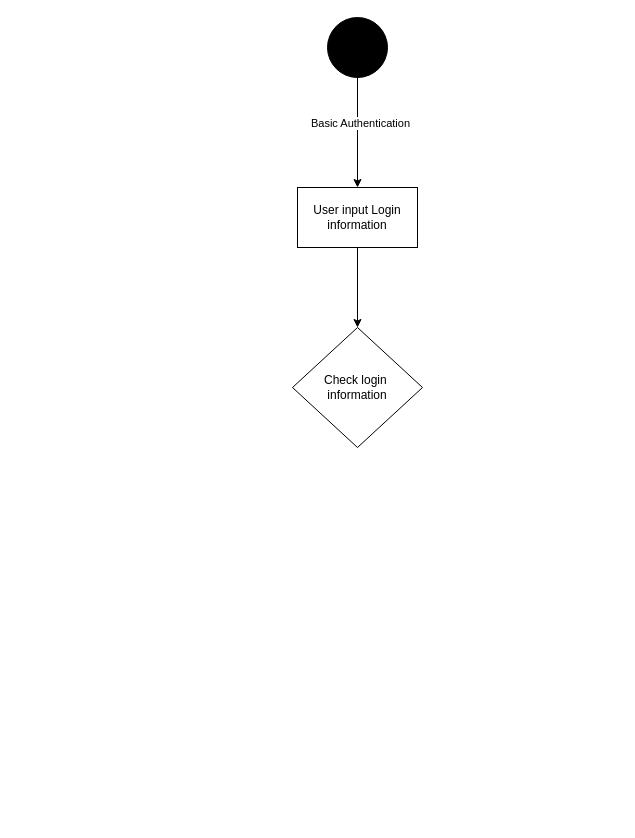
Earlier version of the draw.io diagram page "Trang-2" (2 of 2) of Biểu đồ không có tiêu đề.drawio (5thJuly/FPT_2nd). Source tidied: cells renumbered, new cells numbered last; positions are measured from the earlier drawing's top-left corner, leaving out a move shared by most shapes. Both pictures are drawn from the tidied source at 100%, with x=0, y=0 at pixel (292, 17).
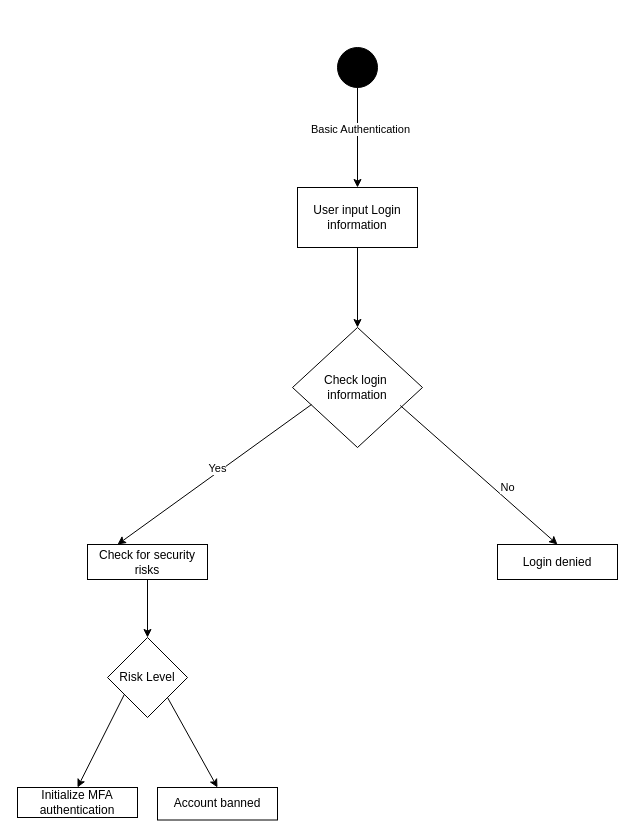
Above is the later version.

The change refers to these unchanged cells:
```xml
<mxCell id="6" value="Check login&amp;nbsp;&lt;div&gt;information&lt;/div&gt;" style="rhombus;whiteSpace=wrap;html=1;" parent="1" vertex="1">
  <mxGeometry y="310" width="130" height="120" as="geometry" />
</mxCell>
```

What changed in the source:
```diff
@@
     <mxCell id="2" style="ellipse;whiteSpace=wrap;html=1;strokeColor=#000000;fillColor=#000000;" parent="1" vertex="1">
-      <mxGeometry x="35" width="60" height="60" as="geometry" />
+      <mxGeometry x="45" y="30" width="40" height="40" as="geometry" />
     </mxCell>
@@
+    <mxCell id="8" value="Check for security risks" style="rounded=0;whiteSpace=wrap;html=1;" parent="1" vertex="1">
+      <mxGeometry x="-205" y="527" width="120" height="35" as="geometry" />
+    </mxCell>
+    <mxCell id="9" value="Login denied" style="rounded=0;whiteSpace=wrap;html=1;" parent="1" vertex="1">
+      <mxGeometry x="205" y="527" width="120" height="35" as="geometry" />
+    </mxCell>
+    <mxCell id="10" style="endArrow=classic;html=1;rounded=0;exitX=0.146;exitY=0.642;exitDx=0;exitDy=0;exitPerimeter=0;entryX=0.25;entryY=0;entryDx=0;entryDy=0;" parent="1" edge="1" source="6" target="8">
+      <mxGeometry relative="1" as="geometry" />
+    </mxCell>
+    <mxCell id="11" value="Yes" style="edgeLabel;html=1;align=center;verticalAlign=middle;" parent="10" vertex="1">
+      <mxGeometry x="0.2" y="1" relative="1" as="geometry">
+        <mxPoint x="22" y="-22" as="offset" />
+      </mxGeometry>
+    </mxCell>
+    <mxCell id="12" style="endArrow=classic;html=1;rounded=0;exitX=0.829;exitY=0.65;exitDx=0;exitDy=0;exitPerimeter=0;entryX=0.5;entryY=0;entryDx=0;entryDy=0;" parent="1" edge="1" source="6" target="9">
+      <mxGeometry relative="1" as="geometry" />
+    </mxCell>
+    <mxCell id="13" value="No" style="edgeLabel;html=1;align=center;verticalAlign=middle;" parent="12" vertex="1">
+      <mxGeometry x="0.2" y="1" relative="1" as="geometry">
+        <mxPoint x="12" y="-1" as="offset" />
+      </mxGeometry>
+    </mxCell>
+    <mxCell id="14" style="endArrow=classic;html=1;rounded=0;exitX=0.5;exitY=1;exitDx=0;exitDy=0;entryX=0.5;entryY=0;entryDx=0;entryDy=0;" parent="1" edge="1" source="8" target="15">
+      <mxGeometry relative="1" as="geometry" />
+    </mxCell>
+    <mxCell id="15" value="Risk Level" style="rhombus;whiteSpace=wrap;html=1;" parent="1" vertex="1">
+      <mxGeometry x="-185" y="620" width="80" height="80" as="geometry" />
+    </mxCell>
+    <mxCell id="16" style="endArrow=classic;html=1;rounded=0;exitX=0.211;exitY=0.711;exitDx=0;exitDy=0;exitPerimeter=0;entryX=0.5;entryY=0;entryDx=0;entryDy=0;" parent="1" edge="1" source="15" target="17">
+      <mxGeometry relative="1" as="geometry" />
+    </mxCell>
+    <mxCell id="17" value="Initialize MFA authentication" style="rounded=0;whiteSpace=wrap;html=1;" parent="1" vertex="1">
+      <mxGeometry x="-275" y="770" width="120" height="30" as="geometry" />
+    </mxCell>
+    <mxCell id="18" style="endArrow=classic;html=1;rounded=0;exitX=1;exitY=1;exitDx=0;exitDy=0;entryX=0.5;entryY=0;entryDx=0;entryDy=0;" parent="1" edge="1" source="15" target="19">
+      <mxGeometry relative="1" as="geometry" />
+    </mxCell>
+    <mxCell id="19" value="Account banned" style="rounded=0;whiteSpace=wrap;html=1;" parent="1" vertex="1">
+      <mxGeometry x="-135" y="770" width="120" height="32.5" as="geometry" />
+    </mxCell>
```
